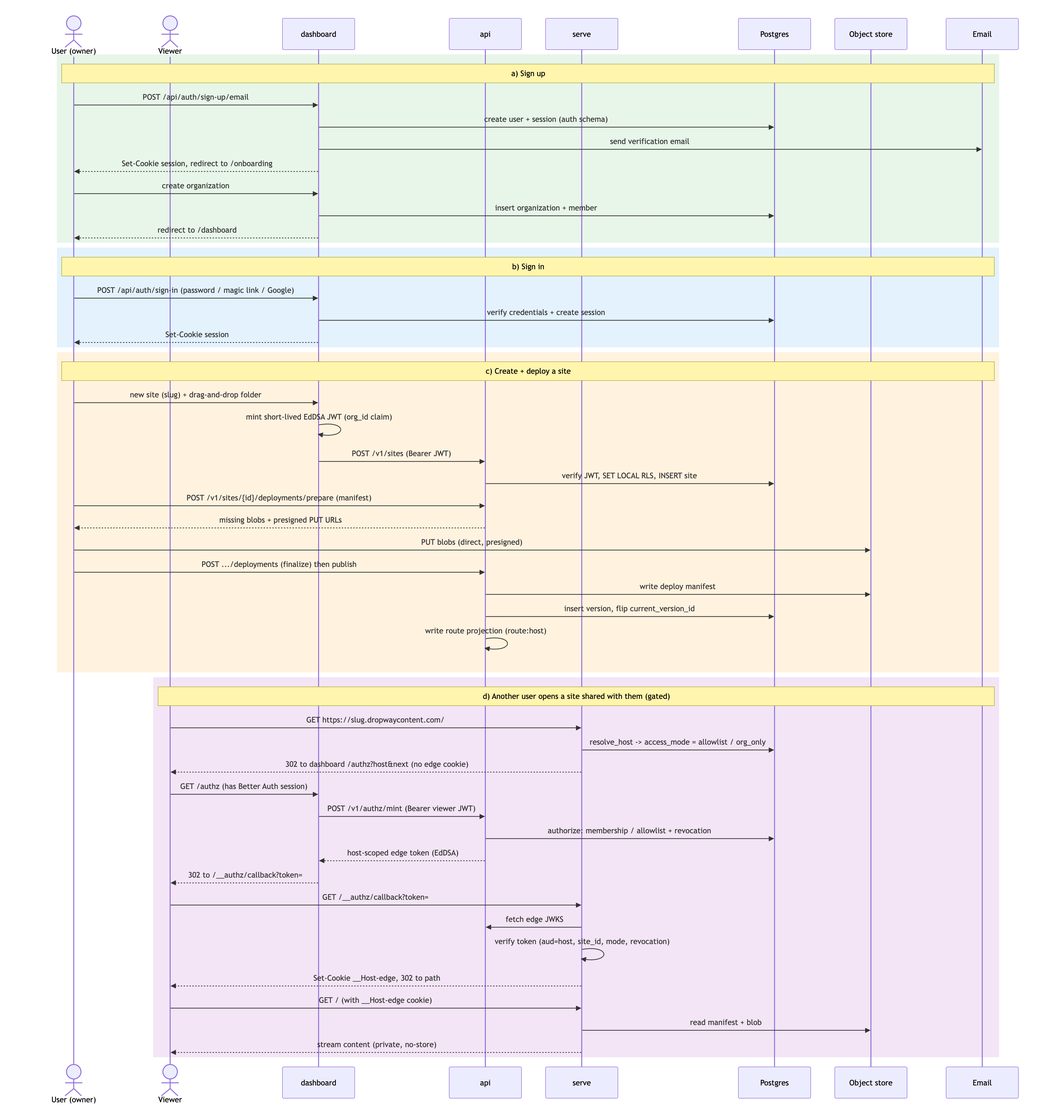
This is docs/diagrams/sequence.png from danielpang/dropway, a Mermaid export, as it was before one commit. Its source is kept beside it as docs/diagrams/sequence.mmd. Source of this version:
```mermaid
sequenceDiagram
  actor U as User (owner)
  actor V as Viewer
  participant D as dashboard
  participant A as api
  participant S as serve
  participant PG as Postgres
  participant OS as Object store
  participant M as Email

  rect rgb(232,245,233)
    note over U,M: a) Sign up
    U->>D: POST /api/auth/sign-up/email
    D->>PG: create user + session (auth schema)
    D->>M: send verification email
    D-->>U: Set-Cookie session, redirect to /onboarding
    U->>D: create organization
    D->>PG: insert organization + member
    D-->>U: redirect to /dashboard
  end

  rect rgb(227,242,253)
    note over U,M: b) Sign in
    U->>D: POST /api/auth/sign-in (password / magic link / Google)
    D->>PG: verify credentials + create session
    D-->>U: Set-Cookie session
  end

  rect rgb(255,243,224)
    note over U,M: c) Create + deploy a site
    U->>D: new site (slug) + drag-and-drop folder
    D->>D: mint short-lived EdDSA JWT (org_id claim)
    D->>A: POST /v1/sites (Bearer JWT)
    A->>PG: verify JWT, SET LOCAL RLS, INSERT site
    U->>A: POST /v1/sites/{id}/deployments/prepare (manifest)
    A-->>U: missing blobs + presigned PUT URLs
    U->>OS: PUT blobs (direct, presigned)
    U->>A: POST .../deployments (finalize) then publish
    A->>OS: write deploy manifest
    A->>PG: insert version, flip current_version_id
    A->>A: write route projection (route:host)
  end

  rect rgb(243,229,245)
    note over V,M: d) Another user opens a site shared with them (gated)
    V->>S: GET https://slug.dropwaycontent.com/
    S->>PG: resolve_host -> access_mode = allowlist / org_only
    S-->>V: 302 to dashboard /authz?host&next (no edge cookie)
    V->>D: GET /authz (has Better Auth session)
    D->>A: POST /v1/authz/mint (Bearer viewer JWT)
    A->>PG: authorize: membership / allowlist + revocation
    A-->>D: host-scoped edge token (EdDSA)
    D-->>V: 302 to /__authz/callback?token=
    V->>S: GET /__authz/callback?token=
    S->>A: fetch edge JWKS
    S->>S: verify token (aud=host, site_id, mode, revocation)
    S-->>V: Set-Cookie __Host-edge, 302 to path
    V->>S: GET / (with __Host-edge cookie)
    S->>OS: read manifest + blob
    S-->>V: stream content (private, no-store)
  end
```
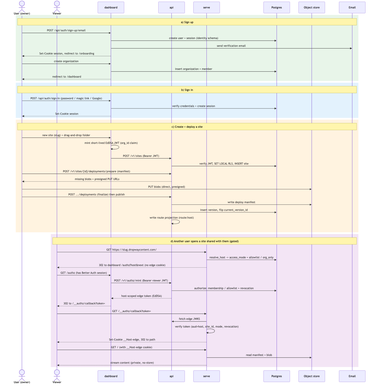
The same diagram one commit later.

Change to the diagram source:
```diff
@@ -11,7 +11,7 @@
   rect rgb(232,245,233)
     note over U,M: a) Sign up
     U->>D: POST /api/auth/sign-up/email
-    D->>PG: create user + session (auth schema)
+    D->>PG: create user + session (identity schema)
     D->>M: send verification email
     D-->>U: Set-Cookie session, redirect to /onboarding
     U->>D: create organization
```
